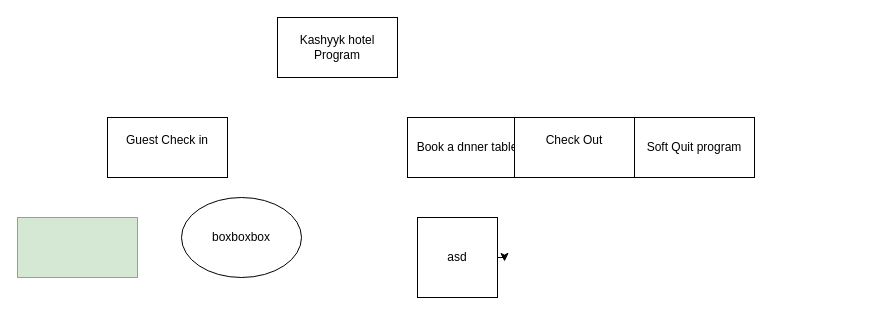
BHASVIC-FinnJones23/Kashyyyk6 keeps this draw.io diagram as MainStructure.drawio. Above is the earlier version. Source tidied: cells renumbered, new cells numbered last; positions are measured from the earlier drawing's top-left corner, leaving out a move shared by most shapes. Both pictures are drawn from the tidied source at 100%, with x=0, y=0 at pixel (17, 17).
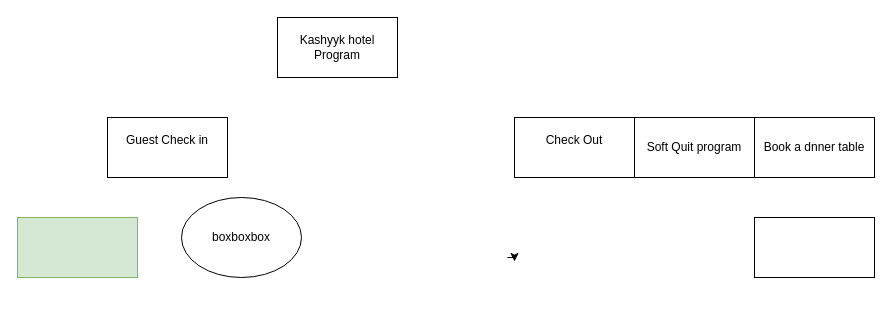
The same page after the edit.

Diff of the diagram source:
```diff
@@
 <mxGraphModel>
   <root>
     <mxCell id="0" />
     <mxCell id="1" parent="0" />
     <mxCell id="2" value="Kashyyk hotel Program" style="rounded=0;whiteSpace=wrap;html=1;" parent="1" vertex="1">
       <mxGeometry x="260" width="120" height="60" as="geometry" />
     </mxCell>
     <mxCell id="3" value="&lt;div&gt;Guest Check in&lt;/div&gt;&lt;div&gt;&lt;br&gt;&lt;/div&gt;" style="rounded=0;whiteSpace=wrap;html=1;" parent="1" vertex="1">
       <mxGeometry x="90" y="100" width="120" height="60" as="geometry" />
     </mxCell>
     <mxCell id="4" value="Book a dnner table" style="rounded=0;whiteSpace=wrap;html=1;" parent="1" vertex="1">
-      <mxGeometry x="390" y="100" width="120" height="60" as="geometry" />
+      <mxGeometry x="737" y="100" width="120" height="60" as="geometry" />
     </mxCell>
     <mxCell id="5" value="&lt;div&gt;Check Out&lt;/div&gt;&lt;div&gt;&lt;br&gt;&lt;/div&gt;" style="rounded=0;whiteSpace=wrap;html=1;" parent="1" vertex="1">
       <mxGeometry x="497" y="100" width="120" height="60" as="geometry" />
     </mxCell>
     <mxCell id="6" value="Soft Quit program" style="rounded=0;whiteSpace=wrap;html=1;" parent="1" vertex="1">
       <mxGeometry x="617" y="100" width="120" height="60" as="geometry" />
     </mxCell>
     <mxCell id="7" style="rounded=0;whiteSpace=wrap;html=1;fillColor=#d5e8d4;strokeColor=#82b366;" parent="1" vertex="1">
       <mxGeometry y="200" width="120" height="60" as="geometry" />
     </mxCell>
-    <mxCell id="8" value="asd" style="whiteSpace=wrap;html=1;" parent="1" vertex="1">
-      <mxGeometry x="400" y="200" width="80" height="80" as="geometry" />
-    </mxCell>
     <mxCell id="9" value="boxboxbox" style="ellipse;whiteSpace=wrap;html=1;" parent="1" vertex="1">
       <mxGeometry x="164" y="180" width="120" height="80" as="geometry" />
     </mxCell>
-    <mxCell id="10" style="edgeStyle=orthogonalEdgeStyle;rounded=0;orthogonalLoop=1;jettySize=auto;html=1;exitX=1;exitY=0.5;exitDx=0;exitDy=0;entryX=1.088;entryY=0.55;entryDx=0;entryDy=0;entryPerimeter=0;" parent="1" edge="1" source="8" target="8">
-      <mxGeometry relative="1" as="geometry" />
+    <mxCell id="10" style="edgeStyle=orthogonalEdgeStyle;rounded=0;orthogonalLoop=1;jettySize=auto;html=1;exitX=1;exitY=0.5;exitDx=0;exitDy=0;entryX=1.088;entryY=0.55;entryDx=0;entryDy=0;entryPerimeter=0;" parent="1" edge="1">
+      <mxGeometry relative="1" as="geometry">
+        <mxPoint x="490" y="240" as="sourcePoint" />
+        <mxPoint x="497" y="244" as="targetPoint" />
+      </mxGeometry>
     </mxCell>
+    <mxCell id="11" style="rounded=0;whiteSpace=wrap;html=1;" parent="1" vertex="1">
+      <mxGeometry x="737" y="200" width="120" height="60" as="geometry" />
+    </mxCell>
   </root>
 </mxGraphModel>
```
